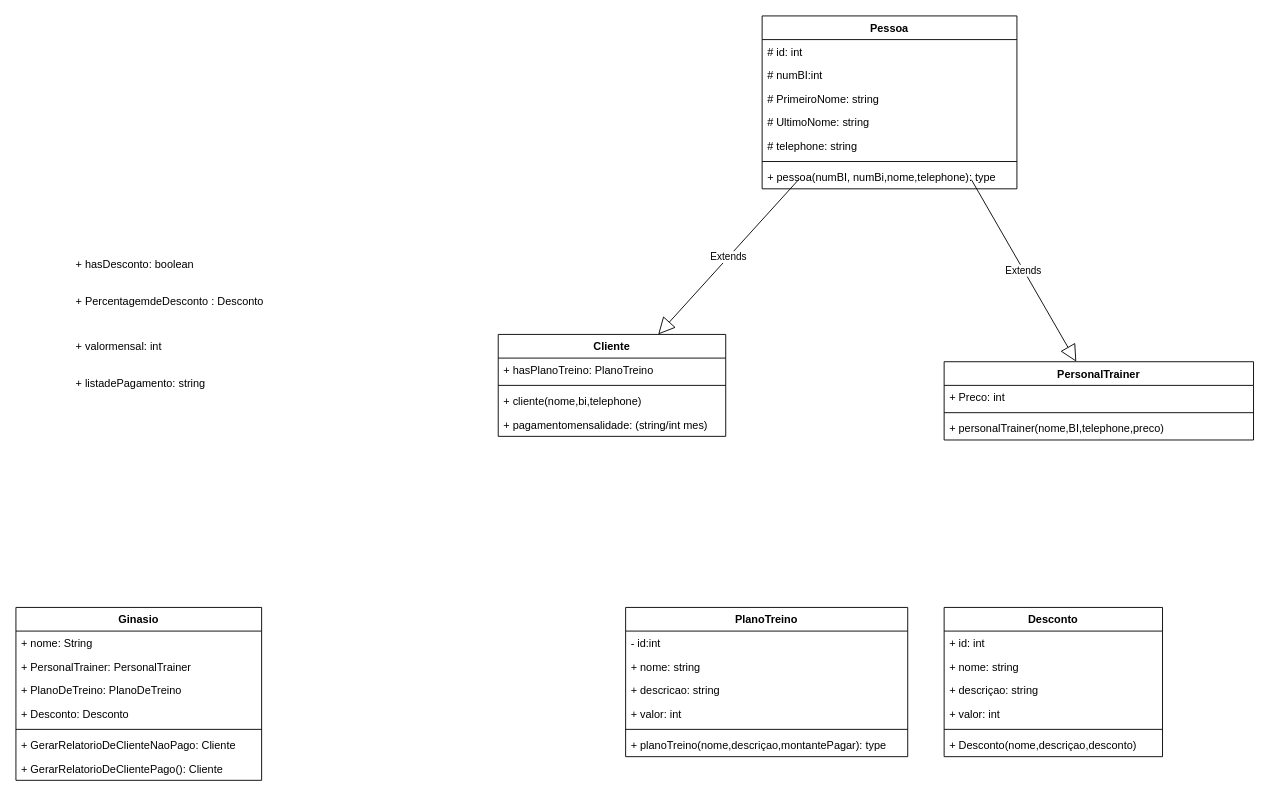
Earlier version of the draw.io diagram page "Class" (2 of 2) of diagrams/UCase.drawio (bosshentai/ginasio). Source tidied: cells renumbered, new cells numbered last; positions are measured from the earlier drawing's top-left corner, leaving out a move shared by most shapes. Both pictures are drawn from the tidied source at 91%, with x=0, y=0 at pixel (15, 15).
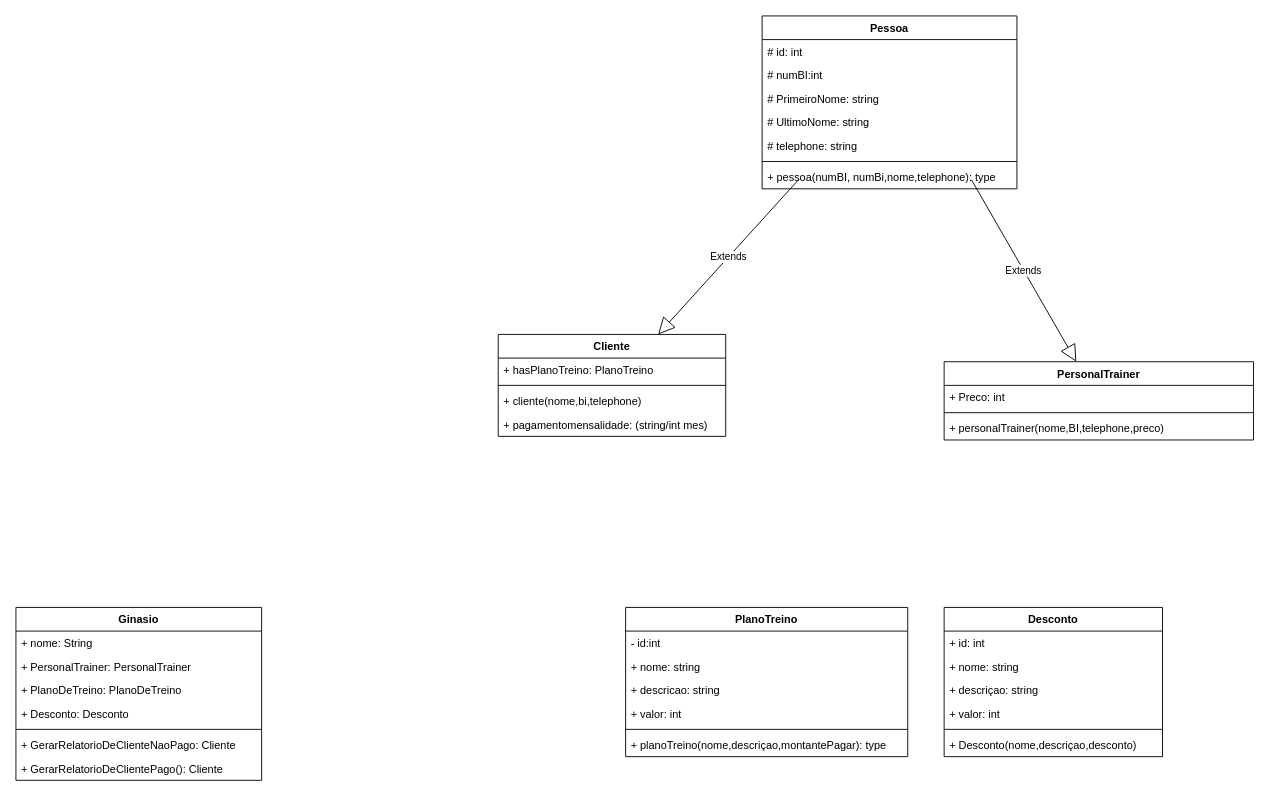
The same diagram, later.

Commit message (it also covers changes not shown here):
add some image in diagrams add function swithpayment in index finish paymentController but is not the best practise

Change to the diagram source:
```diff
@@
-    <mxCell id="35" value="+ valormensal: int" style="text;strokeColor=none;fillColor=none;align=left;verticalAlign=top;spacingLeft=4;spacingRight=4;overflow=hidden;" parent="1" vertex="1">
-      <mxGeometry x="60" y="350" width="250" height="26" as="geometry" />
-    </mxCell>
-    <mxCell id="36" value="+ PercentagemdeDesconto : Desconto" style="text;strokeColor=none;fillColor=none;align=left;verticalAlign=top;spacingLeft=4;spacingRight=4;overflow=hidden;" parent="1" vertex="1">
-      <mxGeometry x="60" y="300" width="250" height="26" as="geometry" />
-    </mxCell>
-    <mxCell id="37" value="+ hasDesconto: boolean" style="text;strokeColor=none;fillColor=none;align=left;verticalAlign=top;spacingLeft=4;spacingRight=4;overflow=hidden;" parent="1" vertex="1">
-      <mxGeometry x="60" y="260" width="250" height="26" as="geometry" />
-    </mxCell>
-    <mxCell id="38" value="+ listadePagamento: string" style="text;strokeColor=none;fillColor=none;align=left;verticalAlign=top;spacingLeft=4;spacingRight=4;overflow=hidden;" parent="1" vertex="1">
-      <mxGeometry x="60" y="390" width="250" height="26" as="geometry" />
-    </mxCell>
```
